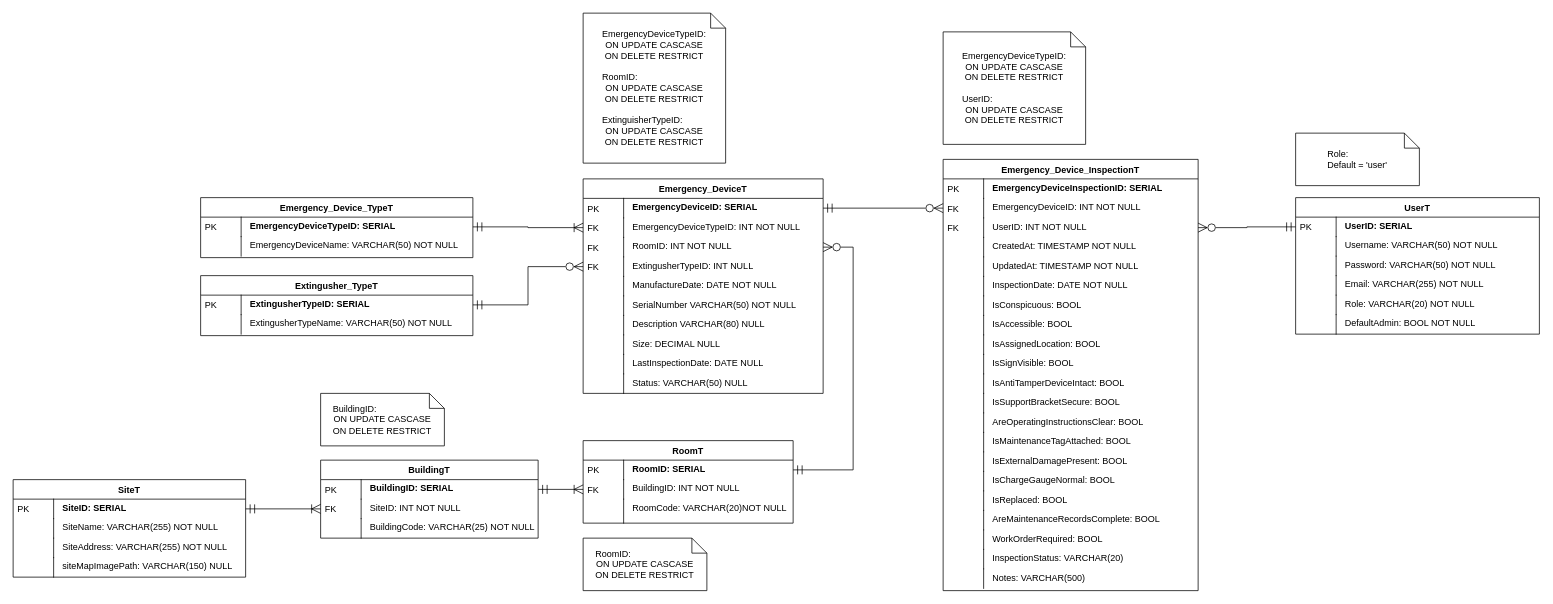
AlexGithub777/BAP---Project keeps this draw.io diagram as Diagrams/ERD/erd.drawio. Above is the earlier version. Source tidied: cells renumbered, new cells numbered last; positions are measured from the earlier drawing's top-left corner, leaving out a move shared by most shapes. Both pictures are drawn from the tidied source at 75%, with x=0, y=0 at pixel (13, 13).
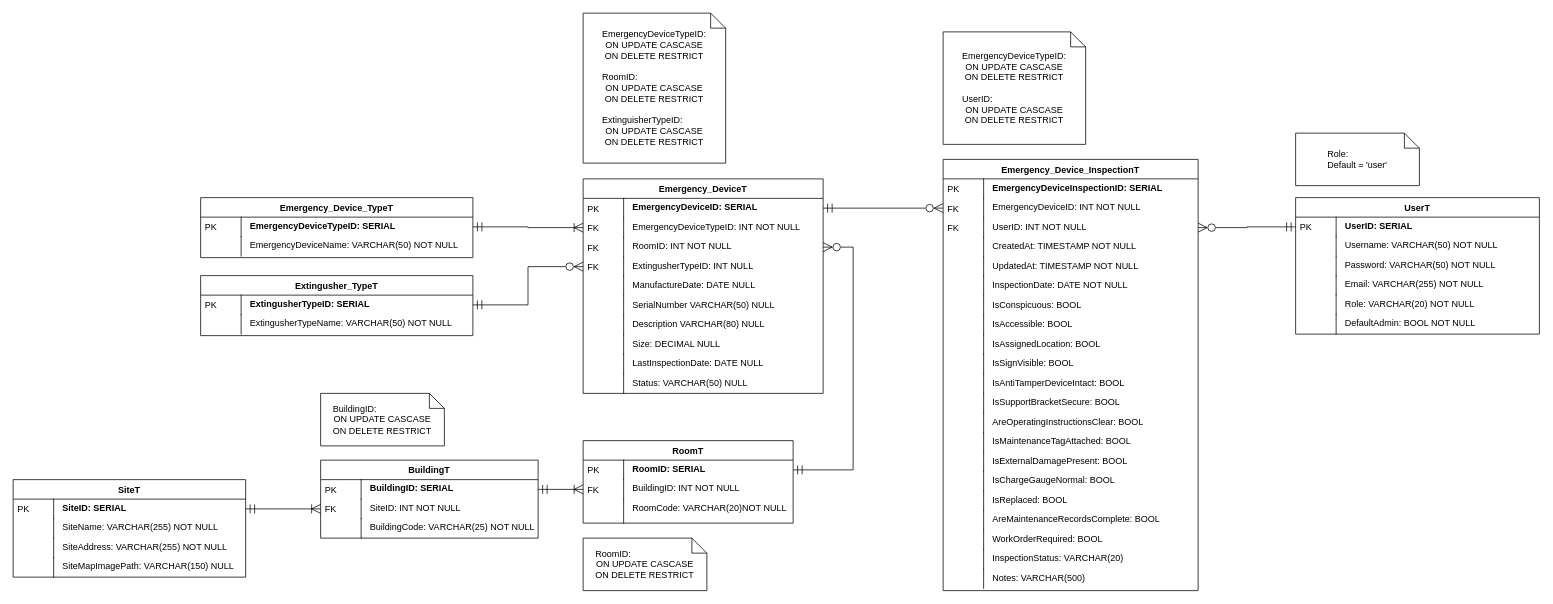
Above is the later version.

Unchanged cells that the change refers to:
```xml
<mxCell id="2" value="Emergency_DeviceT" style="swimlane;fontStyle=1;horizontal=1;startSize=26;fillColor=default;swimlaneFillColor=default;align=center;" parent="1" vertex="1">
  <mxGeometry x="760" y="221" width="320" height="286" as="geometry" />
</mxCell>
<mxCell id="23" value="SiteT" style="swimlane;fontStyle=1;horizontal=1;startSize=26;fillColor=default;swimlaneFillColor=default;align=center;" parent="1" vertex="1">
  <mxGeometry y="622" width="310" height="130" as="geometry" />
</mxCell>
```

The edit, as a diff of the source:
```diff
@@
-    <mxCell id="11" value="ManufactureDate: DATE NOT NULL" style="shape=partialRectangle;top=0;left=0;right=0;bottom=0;align=left;verticalAlign=top;spacingTop=-2;fillColor=none;spacingLeft=64;spacingRight=4;overflow=hidden;" parent="2" vertex="1">
+    <mxCell id="11" value="ManufactureDate: DATE NULL" style="shape=partialRectangle;top=0;left=0;right=0;bottom=0;align=left;verticalAlign=top;spacingTop=-2;fillColor=none;spacingLeft=64;spacingRight=4;overflow=hidden;" parent="2" vertex="1">
       <mxGeometry y="130" width="320" height="26" as="geometry" />
     </mxCell>
@@
-    <mxCell id="13" value="SerialNumber VARCHAR(50) NOT NULL" style="shape=partialRectangle;top=0;left=0;right=0;bottom=0;align=left;verticalAlign=top;spacingTop=-2;fillColor=none;spacingLeft=64;spacingRight=4;overflow=hidden;" parent="2" vertex="1">
+    <mxCell id="13" value="SerialNumber VARCHAR(50) NULL" style="shape=partialRectangle;top=0;left=0;right=0;bottom=0;align=left;verticalAlign=top;spacingTop=-2;fillColor=none;spacingLeft=64;spacingRight=4;overflow=hidden;" parent="2" vertex="1">
       <mxGeometry y="156" width="320" height="26" as="geometry" />
     </mxCell>
@@
-    <mxCell id="30" value="siteMapImagePath: VARCHAR(150) NULL" style="shape=partialRectangle;top=0;left=0;right=0;bottom=0;align=left;verticalAlign=top;spacingTop=-2;fillColor=none;spacingLeft=64;spacingRight=4;overflow=hidden;" parent="23" vertex="1">
+    <mxCell id="30" value="SiteMapImagePath: VARCHAR(150) NULL" style="shape=partialRectangle;top=0;left=0;right=0;bottom=0;align=left;verticalAlign=top;spacingTop=-2;fillColor=none;spacingLeft=64;spacingRight=4;overflow=hidden;" parent="23" vertex="1">
       <mxGeometry y="104" width="310" height="26" as="geometry" />
     </mxCell>
```
